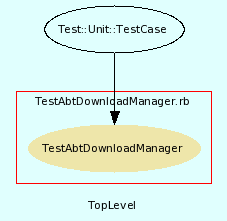
This is src/trunk/doc/dot/f_10.png from eschabell/abtlinux, a Graphviz export, as it was before one commit. Its source is kept beside it as src/trunk/doc/dot/f_10.dot.
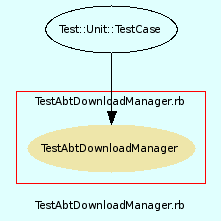
Above is the later version.

The edit, as a diff of the source:
```diff
@@ -3,7 +3,7 @@
     bgcolor = lightcyan1
     fontname = Arial
     fontsize = 8
-    label = "TopLevel"
+    label = "TestAbtDownloadManager.rb"
     node [
         fontname = Arial,
         fontsize = 8,
```
